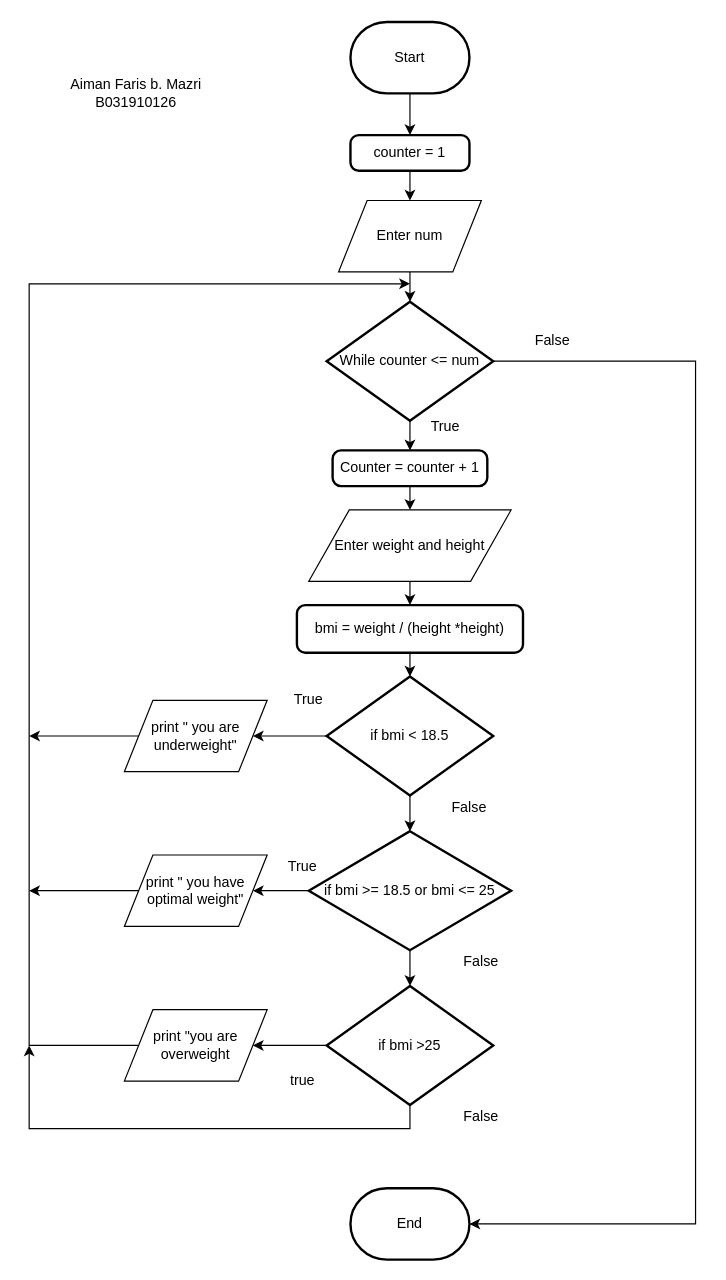
Earlier version of the draw.io diagram BMI.drawio (AimanFaris8900/Programming-techniques). Source tidied: cells renumbered, new cells numbered last; positions are measured from the earlier drawing's top-left corner, leaving out a move shared by most shapes. Both pictures are drawn from the tidied source at 119%, with x=0, y=0 at pixel (29, 21).
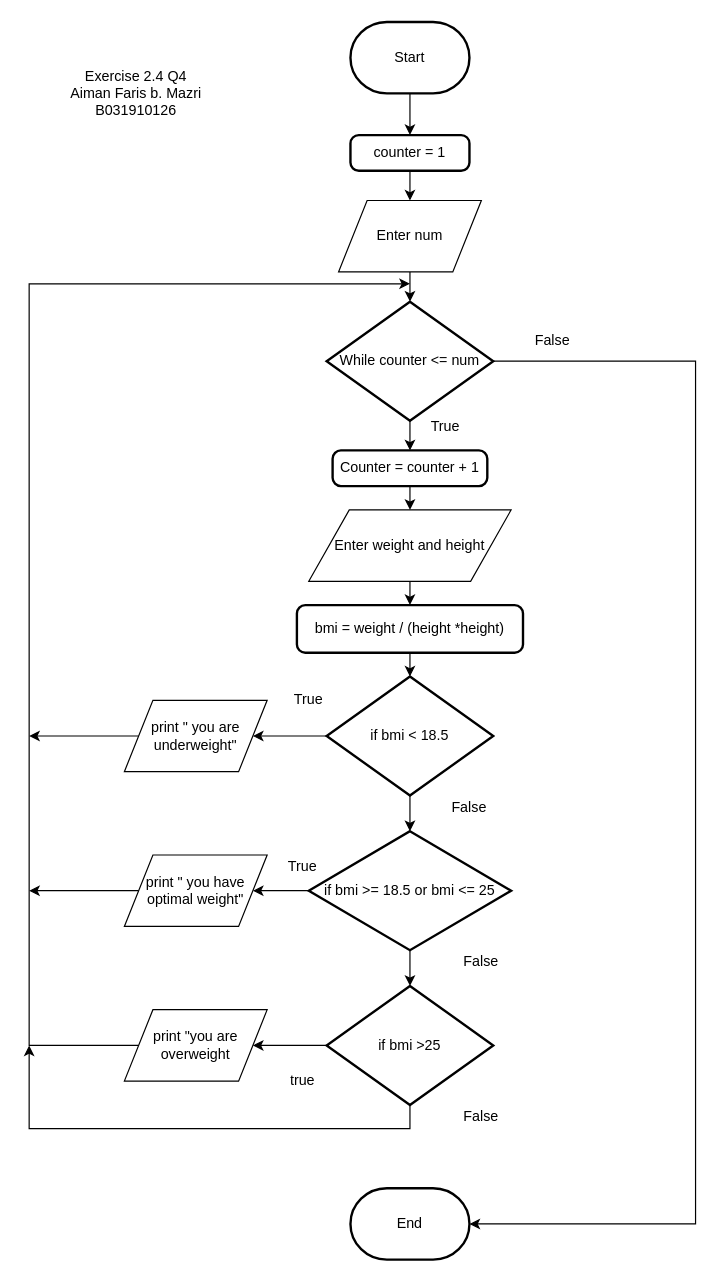
Above is the later version.

The edit, as a diff of the source:
```diff
@@
-    <mxCell id="41" value="Aiman Faris b. Mazri&lt;br&gt;B031910126" style="text;html=1;strokeColor=none;fillColor=none;align=center;verticalAlign=middle;whiteSpace=wrap;rounded=0;" parent="1" vertex="1">
+    <mxCell id="41" value="Exercise 2.4 Q4&lt;br&gt;Aiman Faris b. Mazri&lt;br&gt;B031910126" style="text;html=1;strokeColor=none;fillColor=none;align=center;verticalAlign=middle;whiteSpace=wrap;rounded=0;" parent="1" vertex="1">
       <mxGeometry x="30" y="10" width="120" height="100" as="geometry" />
     </mxCell>
```
